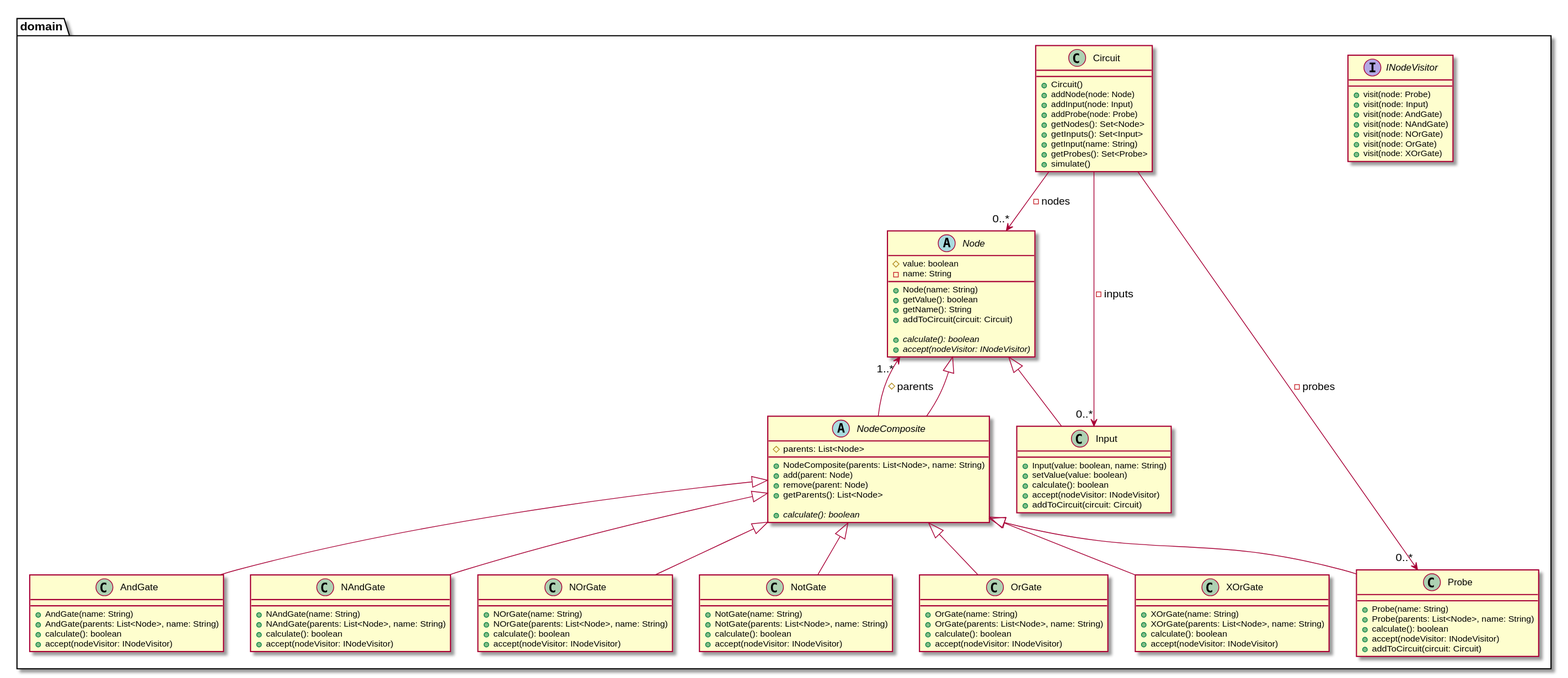
stevenliebregt/avans-dp1-sirkwie keeps this PlantUML diagram as docs/diagrams/build/dkdCoreDomain.svg. Above is the earlier version.
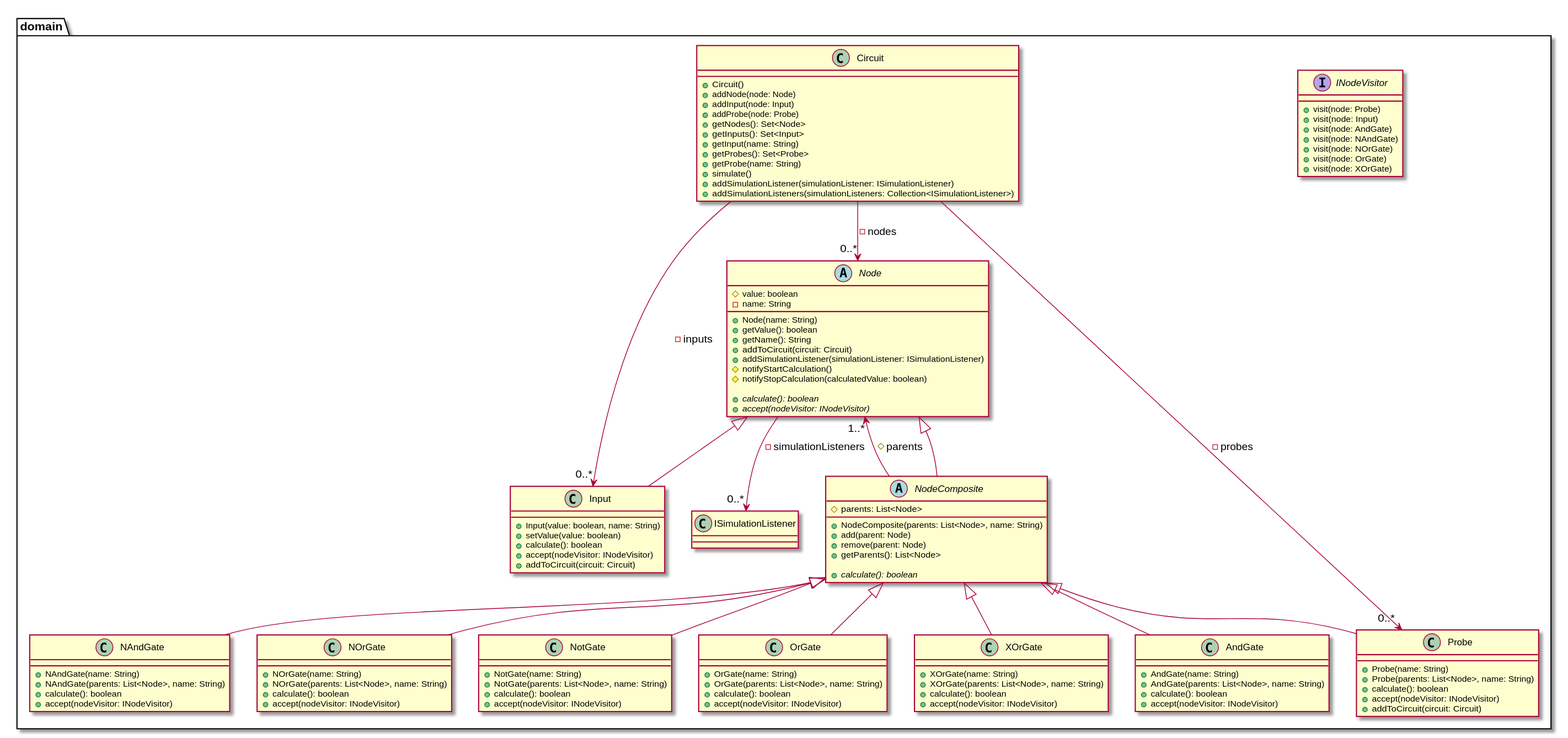
The same file after the commit.

What changed in the source:
```diff
@@ -9,10 +9,14 @@
         +getValue(): boolean
         +getName(): String
         +addToCircuit(circuit: Circuit)
+        +addSimulationListener(simulationListener: ISimulationListener)
+        #notifyStartCalculation()
+        #notifyStopCalculation(calculatedValue: boolean)
 
         +{abstract}calculate(): boolean
         +{abstract}accept(nodeVisitor: INodeVisitor)
     }
+    Node --> "0..*" ISimulationListener : -simulationListeners
 
     abstract class NodeComposite extends Node {
         #parents: List<Node>
@@ -45,7 +49,10 @@
         +getInputs(): Set<Input>
         +getInput(name: String)
         +getProbes(): Set<Probe>
+        +getProbe(name: String)
         +simulate()
+        +addSimulationListener(simulationListener: ISimulationListener)
+        +addSimulationListeners(simulationListeners: Collection<ISimulationListener>)
     }
     Circuit " " --> "0..*" Node : -nodes
     Circuit " " --> "0..*" Input : -inputs
```
